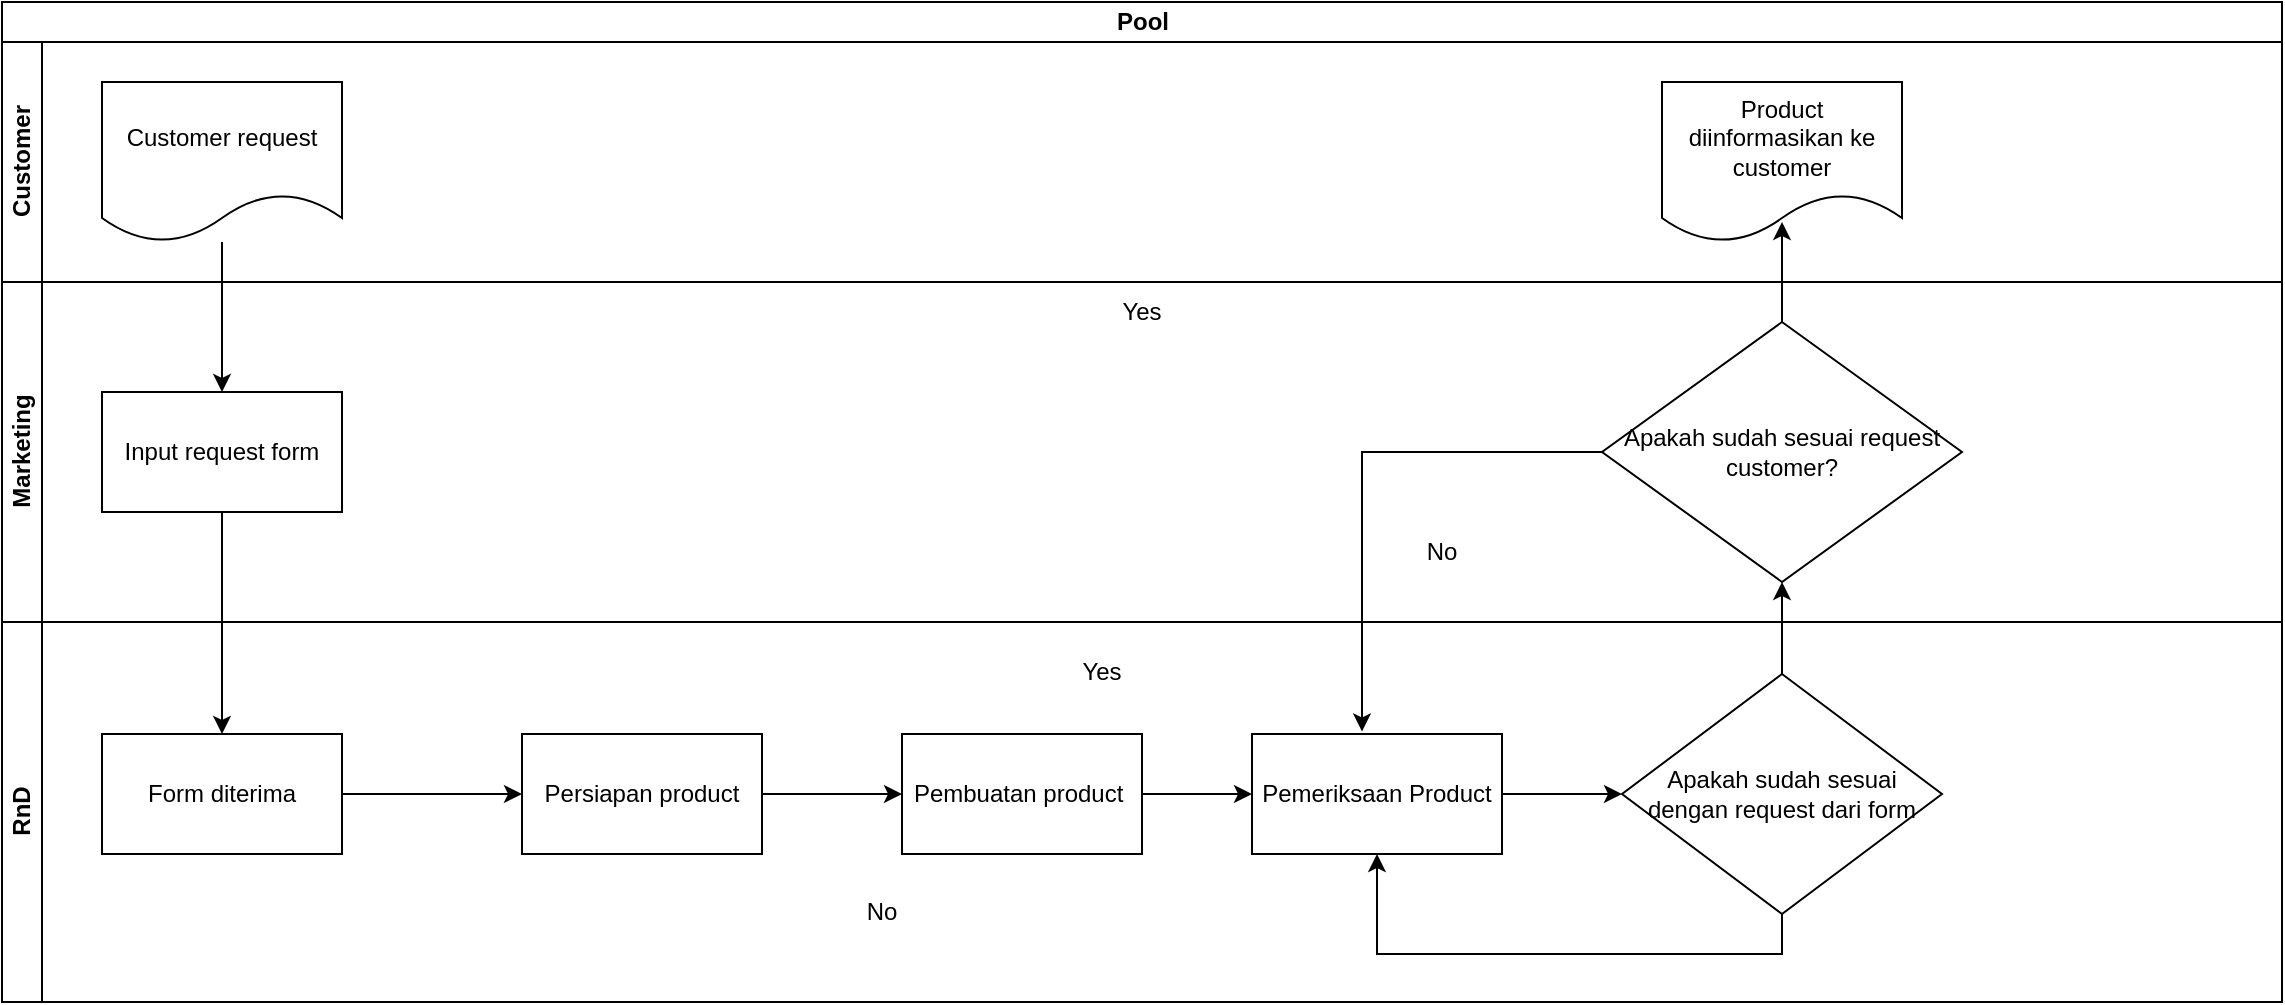
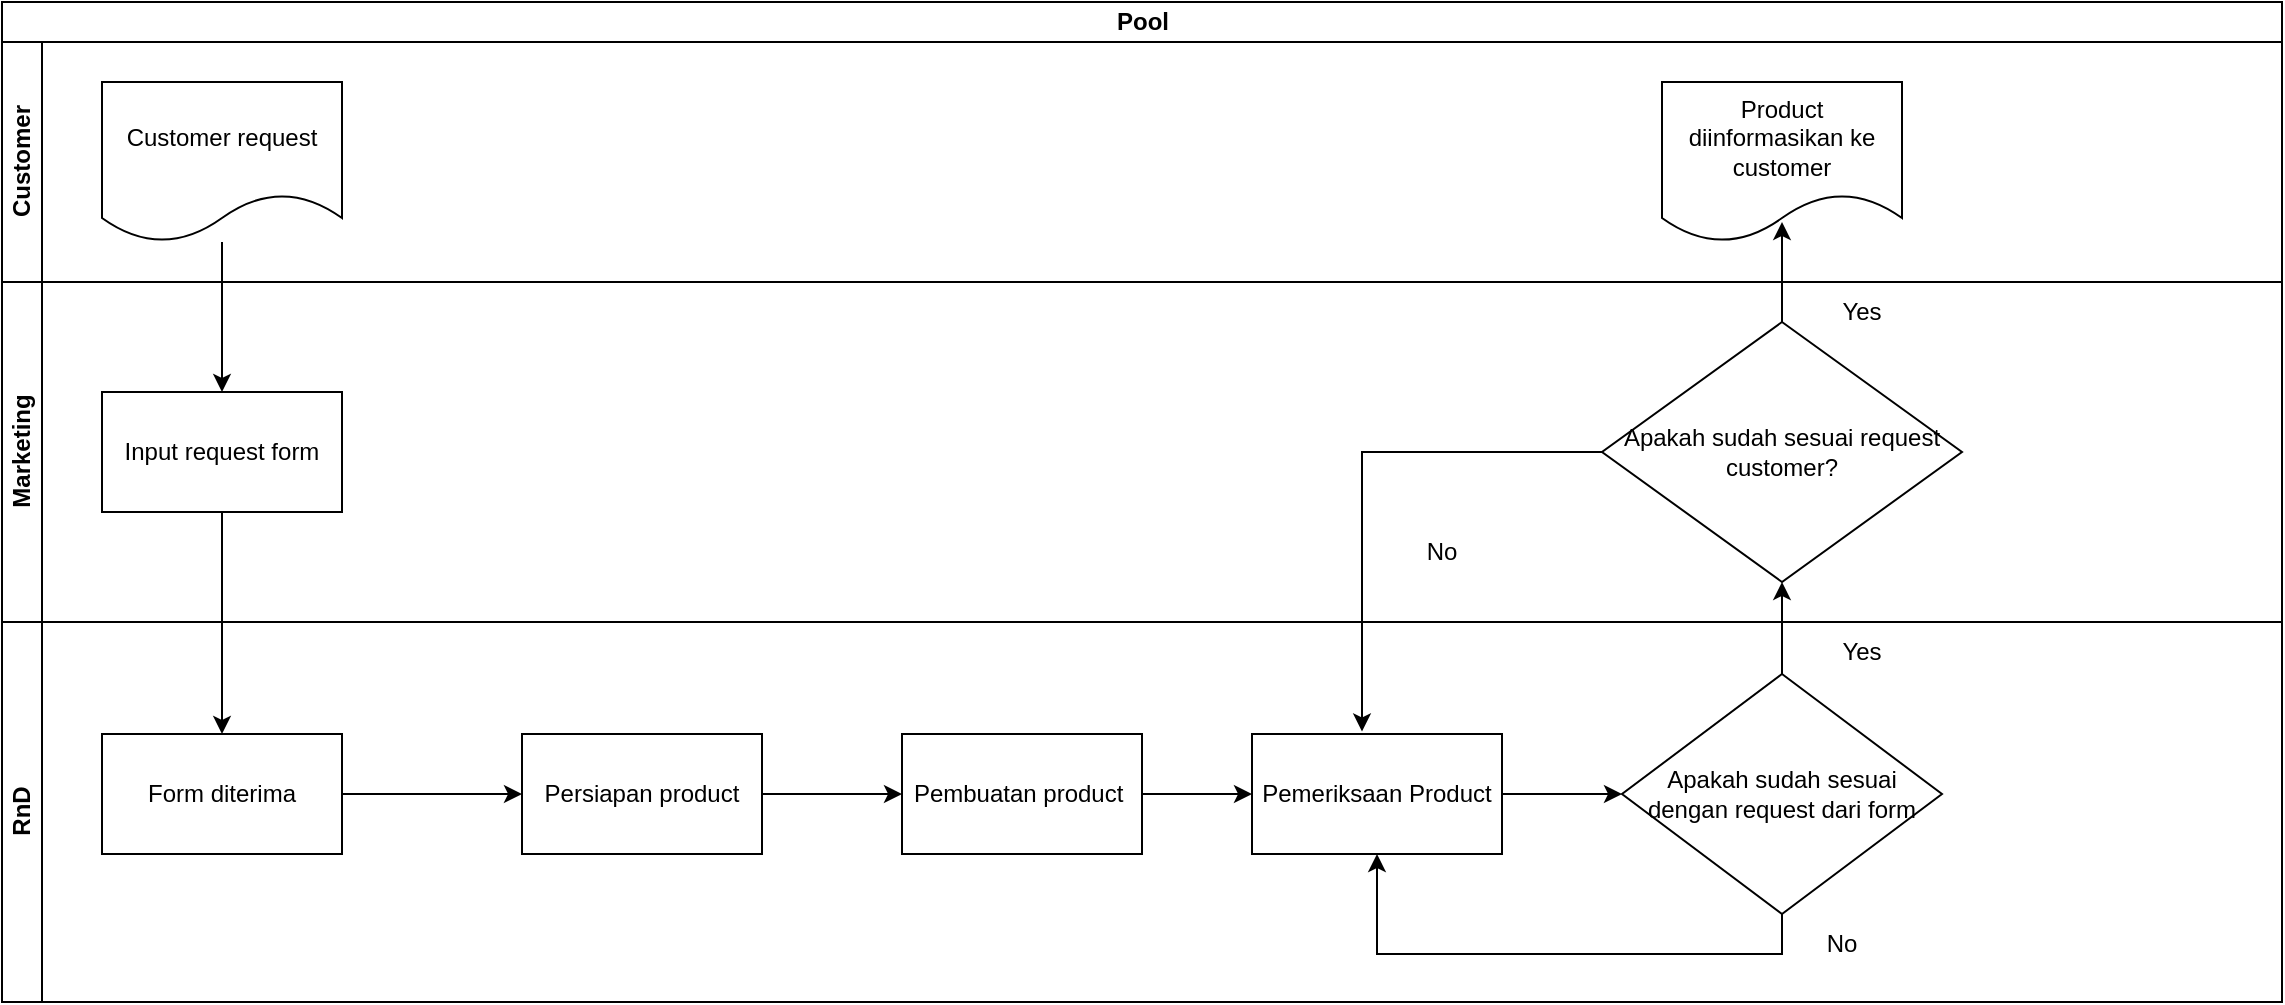
- <mxfile host="app.diagrams.net" agent="Mozilla/5.0 (Windows NT 10.0; Win64; x64) AppleWebKit/537.36 (KHTML, like Gecko) Chrome/143.0.0.0 Safari/537.36" version="29.2.3">
+ <mxfile host="app.diagrams.net" agent="Mozilla/5.0 (Windows NT 10.0; Win64; x64) AppleWebKit/537.36 (KHTML, like Gecko) Chrome/143.0.0.0 Safari/537.36" version="29.2.7">
  <diagram name="Page-1" id="oIJuJ37-xEbx_TfT-aAl">
-     <mxGraphModel dx="1165" dy="511" grid="1" gridSize="10" guides="1" tooltips="1" connect="1" arrows="1" fold="1" page="1" pageScale="1" pageWidth="850" pageHeight="1100" math="0" shadow="0">
+     <mxGraphModel dx="1097" dy="592" grid="1" gridSize="10" guides="1" tooltips="1" connect="1" arrows="1" fold="1" page="1" pageScale="1" pageWidth="850" pageHeight="1100" math="0" shadow="0">
      <root>
        <mxCell id="0" />
        <mxCell id="1" parent="0" />
        <mxCell id="OZ2Eyodh-qbxz5odPWaq-1" parent="1" style="swimlane;childLayout=stackLayout;resizeParent=1;resizeParentMax=0;horizontal=1;startSize=20;horizontalStack=0;html=1;" value="Pool" vertex="1">
          <mxGeometry height="500" width="1140" x="160" y="90" as="geometry" />
        </mxCell>
        <mxCell id="OZ2Eyodh-qbxz5odPWaq-2" parent="OZ2Eyodh-qbxz5odPWaq-1" style="swimlane;startSize=20;horizontal=0;html=1;" value="Customer" vertex="1">
          <mxGeometry height="120" width="1140" y="20" as="geometry" />
        </mxCell>
        <mxCell id="Fgrx-HBsSQO8t8AMSDuB-1" parent="OZ2Eyodh-qbxz5odPWaq-2" style="shape=document;whiteSpace=wrap;html=1;boundedLbl=1;" value="Customer request" vertex="1">
          <mxGeometry height="80" width="120" x="50" y="20" as="geometry" />
        </mxCell>
        <mxCell id="Fgrx-HBsSQO8t8AMSDuB-4" parent="OZ2Eyodh-qbxz5odPWaq-2" style="shape=document;whiteSpace=wrap;html=1;boundedLbl=1;" value="Product diinformasikan ke customer" vertex="1">
          <mxGeometry height="80" width="120" x="830" y="20" as="geometry" />
        </mxCell>
        <mxCell id="OZ2Eyodh-qbxz5odPWaq-3" parent="OZ2Eyodh-qbxz5odPWaq-1" style="swimlane;startSize=20;horizontal=0;html=1;" value="Marketing" vertex="1">
          <mxGeometry height="170" width="1140" y="140" as="geometry" />
        </mxCell>
        <mxCell id="OZ2Eyodh-qbxz5odPWaq-6" parent="OZ2Eyodh-qbxz5odPWaq-3" style="rounded=0;whiteSpace=wrap;html=1;" value="Input request form" vertex="1">
          <mxGeometry height="60" width="120" x="50" y="55" as="geometry" />
        </mxCell>
        <mxCell id="OZ2Eyodh-qbxz5odPWaq-13" parent="OZ2Eyodh-qbxz5odPWaq-3" style="rhombus;whiteSpace=wrap;html=1;" value="Apakah sudah sesuai request customer?" vertex="1">
          <mxGeometry height="130" width="180" x="800" y="20" as="geometry" />
        </mxCell>
        <mxCell id="OZ2Eyodh-qbxz5odPWaq-32" parent="OZ2Eyodh-qbxz5odPWaq-3" style="text;html=1;whiteSpace=wrap;strokeColor=none;fillColor=none;align=center;verticalAlign=middle;rounded=0;" value="No" vertex="1">
          <mxGeometry height="30" width="60" x="690" y="120" as="geometry" />
+         </mxCell>
+         <mxCell id="OZ2Eyodh-qbxz5odPWaq-33" parent="OZ2Eyodh-qbxz5odPWaq-3" style="text;html=1;whiteSpace=wrap;strokeColor=none;fillColor=none;align=center;verticalAlign=middle;rounded=0;" value="Yes" vertex="1">
+           <mxGeometry height="30" width="60" x="900" as="geometry" />
+         </mxCell>
+         <mxCell id="OZ2Eyodh-qbxz5odPWaq-9" edge="1" parent="OZ2Eyodh-qbxz5odPWaq-1" source="OZ2Eyodh-qbxz5odPWaq-6" style="edgeStyle=orthogonalEdgeStyle;rounded=0;orthogonalLoop=1;jettySize=auto;html=1;exitX=0.5;exitY=1;exitDx=0;exitDy=0;entryX=0.5;entryY=0;entryDx=0;entryDy=0;" target="OZ2Eyodh-qbxz5odPWaq-8">
+           <mxGeometry relative="1" as="geometry" />
+         </mxCell>
+         <mxCell id="OZ2Eyodh-qbxz5odPWaq-26" edge="1" parent="OZ2Eyodh-qbxz5odPWaq-1" source="OZ2Eyodh-qbxz5odPWaq-24" style="edgeStyle=orthogonalEdgeStyle;rounded=0;orthogonalLoop=1;jettySize=auto;html=1;exitX=0.5;exitY=0;exitDx=0;exitDy=0;entryX=0.5;entryY=1;entryDx=0;entryDy=0;" target="OZ2Eyodh-qbxz5odPWaq-13">
+           <mxGeometry relative="1" as="geometry" />
+         </mxCell>
+         <mxCell id="OZ2Eyodh-qbxz5odPWaq-31" edge="1" parent="OZ2Eyodh-qbxz5odPWaq-1" source="OZ2Eyodh-qbxz5odPWaq-13" style="edgeStyle=orthogonalEdgeStyle;rounded=0;orthogonalLoop=1;jettySize=auto;html=1;exitX=0;exitY=0.5;exitDx=0;exitDy=0;entryX=0.44;entryY=-0.021;entryDx=0;entryDy=0;entryPerimeter=0;" target="OZ2Eyodh-qbxz5odPWaq-15">
+           <mxGeometry relative="1" as="geometry" />
+         </mxCell>
+         <mxCell id="Fgrx-HBsSQO8t8AMSDuB-2" edge="1" parent="OZ2Eyodh-qbxz5odPWaq-1" source="Fgrx-HBsSQO8t8AMSDuB-1" style="edgeStyle=orthogonalEdgeStyle;rounded=0;orthogonalLoop=1;jettySize=auto;html=1;entryX=0.5;entryY=0;entryDx=0;entryDy=0;" target="OZ2Eyodh-qbxz5odPWaq-6">
+           <mxGeometry relative="1" as="geometry" />
+         </mxCell>
+         <mxCell id="Fgrx-HBsSQO8t8AMSDuB-5" edge="1" parent="OZ2Eyodh-qbxz5odPWaq-1" source="OZ2Eyodh-qbxz5odPWaq-13" style="edgeStyle=orthogonalEdgeStyle;rounded=0;orthogonalLoop=1;jettySize=auto;html=1;entryX=0.5;entryY=0.875;entryDx=0;entryDy=0;entryPerimeter=0;" target="Fgrx-HBsSQO8t8AMSDuB-4">
+           <mxGeometry relative="1" as="geometry" />
        </mxCell>
        <mxCell id="OZ2Eyodh-qbxz5odPWaq-4" parent="OZ2Eyodh-qbxz5odPWaq-1" style="swimlane;startSize=20;horizontal=0;html=1;" value="RnD" vertex="1">
          <mxGeometry height="190" width="1140" y="310" as="geometry" />
        </mxCell>
        <mxCell id="OZ2Eyodh-qbxz5odPWaq-11" edge="1" parent="OZ2Eyodh-qbxz5odPWaq-4" source="OZ2Eyodh-qbxz5odPWaq-8" style="edgeStyle=orthogonalEdgeStyle;rounded=0;orthogonalLoop=1;jettySize=auto;html=1;exitX=1;exitY=0.5;exitDx=0;exitDy=0;entryX=0;entryY=0.5;entryDx=0;entryDy=0;" target="OZ2Eyodh-qbxz5odPWaq-10">
          <mxGeometry relative="1" as="geometry" />
        </mxCell>
        <mxCell id="OZ2Eyodh-qbxz5odPWaq-8" parent="OZ2Eyodh-qbxz5odPWaq-4" style="rounded=0;whiteSpace=wrap;html=1;" value="Form diterima" vertex="1">
          <mxGeometry height="60" width="120" x="50" y="56" as="geometry" />
        </mxCell>
        <mxCell id="OZ2Eyodh-qbxz5odPWaq-16" edge="1" parent="OZ2Eyodh-qbxz5odPWaq-4" source="OZ2Eyodh-qbxz5odPWaq-10" style="edgeStyle=orthogonalEdgeStyle;rounded=0;orthogonalLoop=1;jettySize=auto;html=1;entryX=0;entryY=0.5;entryDx=0;entryDy=0;" target="OZ2Eyodh-qbxz5odPWaq-14">
          <mxGeometry relative="1" as="geometry" />
        </mxCell>
        <mxCell id="OZ2Eyodh-qbxz5odPWaq-10" parent="OZ2Eyodh-qbxz5odPWaq-4" style="rounded=0;whiteSpace=wrap;html=1;" value="Persiapan product" vertex="1">
          <mxGeometry height="60" width="120" x="260" y="56" as="geometry" />
        </mxCell>
        <mxCell id="OZ2Eyodh-qbxz5odPWaq-18" edge="1" parent="OZ2Eyodh-qbxz5odPWaq-4" source="OZ2Eyodh-qbxz5odPWaq-14" style="edgeStyle=orthogonalEdgeStyle;rounded=0;orthogonalLoop=1;jettySize=auto;html=1;entryX=0;entryY=0.5;entryDx=0;entryDy=0;" target="OZ2Eyodh-qbxz5odPWaq-15">
          <mxGeometry relative="1" as="geometry" />
        </mxCell>
        <mxCell id="OZ2Eyodh-qbxz5odPWaq-14" parent="OZ2Eyodh-qbxz5odPWaq-4" style="rounded=0;whiteSpace=wrap;html=1;" value="Pembuatan product&amp;nbsp;" vertex="1">
          <mxGeometry height="60" width="120" x="450" y="56" as="geometry" />
        </mxCell>
        <mxCell id="OZ2Eyodh-qbxz5odPWaq-25" edge="1" parent="OZ2Eyodh-qbxz5odPWaq-4" source="OZ2Eyodh-qbxz5odPWaq-15" style="edgeStyle=orthogonalEdgeStyle;rounded=0;orthogonalLoop=1;jettySize=auto;html=1;entryX=0;entryY=0.5;entryDx=0;entryDy=0;" target="OZ2Eyodh-qbxz5odPWaq-24">
          <mxGeometry relative="1" as="geometry" />
        </mxCell>
        <mxCell id="OZ2Eyodh-qbxz5odPWaq-15" parent="OZ2Eyodh-qbxz5odPWaq-4" style="rounded=0;whiteSpace=wrap;html=1;" value="Pemeriksaan Product" vertex="1">
          <mxGeometry height="60" width="125" x="625" y="56" as="geometry" />
        </mxCell>
        <mxCell id="OZ2Eyodh-qbxz5odPWaq-29" edge="1" parent="OZ2Eyodh-qbxz5odPWaq-4" source="OZ2Eyodh-qbxz5odPWaq-24" style="edgeStyle=orthogonalEdgeStyle;rounded=0;orthogonalLoop=1;jettySize=auto;html=1;exitX=0.5;exitY=1;exitDx=0;exitDy=0;entryX=0.5;entryY=1;entryDx=0;entryDy=0;" target="OZ2Eyodh-qbxz5odPWaq-15">
          <mxGeometry relative="1" as="geometry" />
        </mxCell>
        <mxCell id="OZ2Eyodh-qbxz5odPWaq-24" parent="OZ2Eyodh-qbxz5odPWaq-4" style="rhombus;whiteSpace=wrap;html=1;" value="Apakah sudah sesuai dengan request dari form" vertex="1">
          <mxGeometry height="120" width="160" x="810" y="26" as="geometry" />
        </mxCell>
-         <mxCell id="OZ2Eyodh-qbxz5odPWaq-9" edge="1" parent="OZ2Eyodh-qbxz5odPWaq-1" source="OZ2Eyodh-qbxz5odPWaq-6" style="edgeStyle=orthogonalEdgeStyle;rounded=0;orthogonalLoop=1;jettySize=auto;html=1;exitX=0.5;exitY=1;exitDx=0;exitDy=0;entryX=0.5;entryY=0;entryDx=0;entryDy=0;" target="OZ2Eyodh-qbxz5odPWaq-8">
-           <mxGeometry relative="1" as="geometry" />
+         <mxCell id="OZ2Eyodh-qbxz5odPWaq-27" parent="OZ2Eyodh-qbxz5odPWaq-4" style="text;html=1;whiteSpace=wrap;strokeColor=none;fillColor=none;align=center;verticalAlign=middle;rounded=0;" value="Yes" vertex="1">
+           <mxGeometry height="30" width="60" x="900" as="geometry" />
        </mxCell>
-         <mxCell id="OZ2Eyodh-qbxz5odPWaq-26" edge="1" parent="OZ2Eyodh-qbxz5odPWaq-1" source="OZ2Eyodh-qbxz5odPWaq-24" style="edgeStyle=orthogonalEdgeStyle;rounded=0;orthogonalLoop=1;jettySize=auto;html=1;exitX=0.5;exitY=0;exitDx=0;exitDy=0;entryX=0.5;entryY=1;entryDx=0;entryDy=0;" target="OZ2Eyodh-qbxz5odPWaq-13">
-           <mxGeometry relative="1" as="geometry" />
-         </mxCell>
-         <mxCell id="OZ2Eyodh-qbxz5odPWaq-31" edge="1" parent="OZ2Eyodh-qbxz5odPWaq-1" source="OZ2Eyodh-qbxz5odPWaq-13" style="edgeStyle=orthogonalEdgeStyle;rounded=0;orthogonalLoop=1;jettySize=auto;html=1;exitX=0;exitY=0.5;exitDx=0;exitDy=0;entryX=0.44;entryY=-0.021;entryDx=0;entryDy=0;entryPerimeter=0;" target="OZ2Eyodh-qbxz5odPWaq-15">
-           <mxGeometry relative="1" as="geometry" />
-         </mxCell>
-         <mxCell id="Fgrx-HBsSQO8t8AMSDuB-2" edge="1" parent="OZ2Eyodh-qbxz5odPWaq-1" source="Fgrx-HBsSQO8t8AMSDuB-1" style="edgeStyle=orthogonalEdgeStyle;rounded=0;orthogonalLoop=1;jettySize=auto;html=1;entryX=0.5;entryY=0;entryDx=0;entryDy=0;" target="OZ2Eyodh-qbxz5odPWaq-6">
-           <mxGeometry relative="1" as="geometry" />
-         </mxCell>
-         <mxCell id="Fgrx-HBsSQO8t8AMSDuB-5" edge="1" parent="OZ2Eyodh-qbxz5odPWaq-1" source="OZ2Eyodh-qbxz5odPWaq-13" style="edgeStyle=orthogonalEdgeStyle;rounded=0;orthogonalLoop=1;jettySize=auto;html=1;entryX=0.5;entryY=0.875;entryDx=0;entryDy=0;entryPerimeter=0;" target="Fgrx-HBsSQO8t8AMSDuB-4">
-           <mxGeometry relative="1" as="geometry" />
-         </mxCell>
-         <mxCell id="OZ2Eyodh-qbxz5odPWaq-27" parent="1" style="text;html=1;whiteSpace=wrap;strokeColor=none;fillColor=none;align=center;verticalAlign=middle;rounded=0;" value="Yes" vertex="1">
-           <mxGeometry height="30" width="60" x="680" y="410" as="geometry" />
-         </mxCell>
-         <mxCell id="OZ2Eyodh-qbxz5odPWaq-30" parent="1" style="text;html=1;whiteSpace=wrap;strokeColor=none;fillColor=none;align=center;verticalAlign=middle;rounded=0;" value="No" vertex="1">
-           <mxGeometry height="30" width="60" x="570" y="530" as="geometry" />
-         </mxCell>
-         <mxCell id="OZ2Eyodh-qbxz5odPWaq-33" parent="1" style="text;html=1;whiteSpace=wrap;strokeColor=none;fillColor=none;align=center;verticalAlign=middle;rounded=0;" value="Yes" vertex="1">
-           <mxGeometry height="30" width="60" x="700" y="230" as="geometry" />
+         <mxCell id="OZ2Eyodh-qbxz5odPWaq-30" parent="OZ2Eyodh-qbxz5odPWaq-4" style="text;html=1;whiteSpace=wrap;strokeColor=none;fillColor=none;align=center;verticalAlign=middle;rounded=0;" value="No" vertex="1">
+           <mxGeometry height="30" width="60" x="890" y="146" as="geometry" />
        </mxCell>
      </root>
    </mxGraphModel>
  </diagram>
</mxfile>
